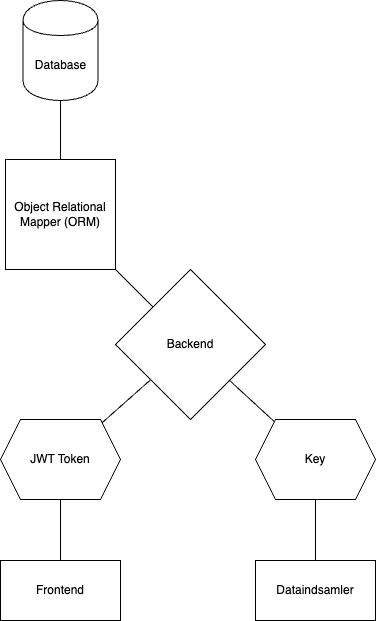
Earlier version of the draw.io export documentation/system.drawio.png (Nikditten/BachelorProjekt). Source tidied: cells renumbered, new cells last; positions are measured from the earlier drawing's top-left corner, leaving out a move shared by most shapes.
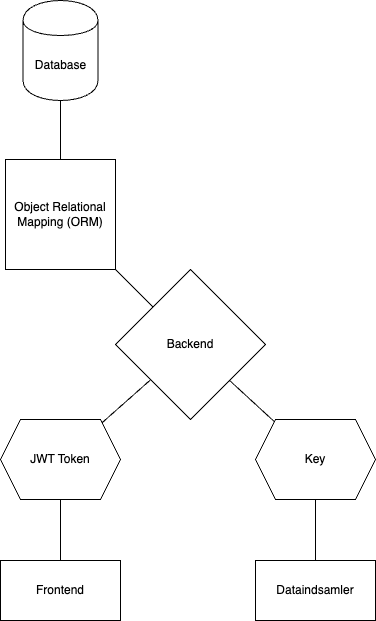
After the change.

The edit, as a diff of the source:
```diff
@@ -17,7 +17,7 @@
     <mxCell id="6" style="edgeStyle=none;html=1;endArrow=none;endFill=0;" parent="1" edge="1" source="7" target="8">
       <mxGeometry relative="1" as="geometry" />
     </mxCell>
-    <mxCell id="7" value="Object Relational Mapper (ORM)" style="whiteSpace=wrap;html=1;" parent="1" vertex="1">
+    <mxCell id="7" value="Object Relational Mapping (ORM)" style="whiteSpace=wrap;html=1;" parent="1" vertex="1">
       <mxGeometry x="5" y="159" width="110" height="110" as="geometry" />
     </mxCell>
     <mxCell id="8" value="Database" style="shape=cylinder;whiteSpace=wrap;html=1;boundedLbl=1;backgroundOutline=1;" parent="1" vertex="1">
```
